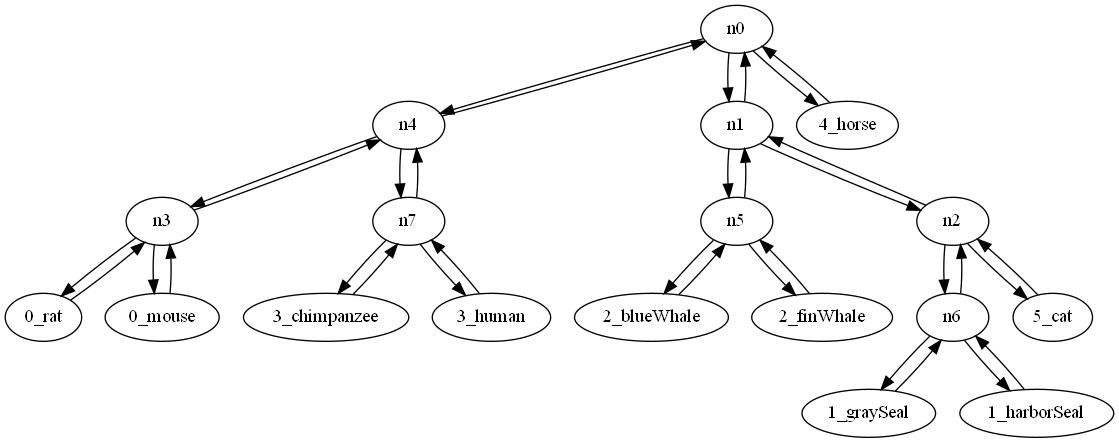
The Graphviz diagram doctest-output/round-table.gv.png in diogoazevedo15/zgli-showcase, before a commit. Its source is kept beside it as doctest-output/round-table.gv. Source of this version:
```dot
digraph "round-table" {
	n0 [label=n0]
	n0 -> n4
	n0 -> n1
	n0 -> "4_horse"
	n1 [label=n1]
	n1 -> n5
	n1 -> n2
	n1 -> n0
	n2 [label=n2]
	n2 -> n1
	n2 -> n6
	n2 -> "5_cat"
	n3 [label=n3]
	n3 -> n4
	n3 -> "0_rat"
	n3 -> "0_mouse"
	n4 [label=n4]
	n4 -> n7
	n4 -> n0
	n4 -> n3
	n5 [label=n5]
	n5 -> n1
	n5 -> "2_blueWhale"
	n5 -> "2_finWhale"
	n6 [label=n6]
	n6 -> n2
	n6 -> "1_graySeal"
	n6 -> "1_harborSeal"
	n7 [label=n7]
	n7 -> n4
	n7 -> "3_chimpanzee"
	n7 -> "3_human"
	"0_rat" [label="0_rat"]
	"0_rat" -> n3
	"2_blueWhale" [label="2_blueWhale"]
	"2_blueWhale" -> n5
	"1_graySeal" [label="1_graySeal"]
	"1_graySeal" -> n6
	"5_cat" [label="5_cat"]
	"5_cat" -> n2
	"2_finWhale" [label="2_finWhale"]
	"2_finWhale" -> n5
	"3_chimpanzee" [label="3_chimpanzee"]
	"3_chimpanzee" -> n7
	"1_harborSeal" [label="1_harborSeal"]
	"1_harborSeal" -> n6
	"0_mouse" [label="0_mouse"]
	"0_mouse" -> n3
	"4_horse" [label="4_horse"]
	"4_horse" -> n0
	"3_human" [label="3_human"]
	"3_human" -> n7
}
```
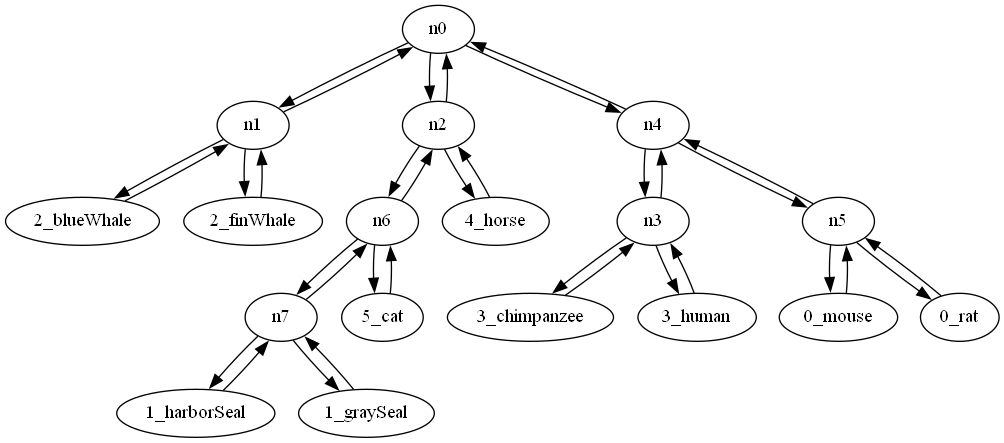
The same diagram one commit later.

The edit, as a diff of the source:
```diff
@@ -1,54 +1,54 @@
 digraph "round-table" {
 	n0 [label=n0]
+	n0 -> n1
+	n0 -> n2
 	n0 -> n4
-	n0 -> n1
-	n0 -> "4_horse"
 	n1 [label=n1]
-	n1 -> n5
-	n1 -> n2
 	n1 -> n0
+	n1 -> "2_blueWhale"
+	n1 -> "2_finWhale"
 	n2 [label=n2]
-	n2 -> n1
+	n2 -> n0
 	n2 -> n6
-	n2 -> "5_cat"
+	n2 -> "4_horse"
 	n3 [label=n3]
 	n3 -> n4
-	n3 -> "0_rat"
-	n3 -> "0_mouse"
+	n3 -> "3_chimpanzee"
+	n3 -> "3_human"
 	n4 [label=n4]
-	n4 -> n7
+	n4 -> n5
 	n4 -> n0
 	n4 -> n3
 	n5 [label=n5]
-	n5 -> n1
-	n5 -> "2_blueWhale"
-	n5 -> "2_finWhale"
+	n5 -> n4
+	n5 -> "0_mouse"
+	n5 -> "0_rat"
 	n6 [label=n6]
 	n6 -> n2
-	n6 -> "1_graySeal"
-	n6 -> "1_harborSeal"
+	n6 -> n7
+	n6 -> "5_cat"
 	n7 [label=n7]
-	n7 -> n4
-	n7 -> "3_chimpanzee"
-	n7 -> "3_human"
+	n7 -> n6
+	n7 -> "1_harborSeal"
+	n7 -> "1_graySeal"
+	"1_harborSeal" [label="1_harborSeal"]
+	"1_harborSeal" -> n7
+	"3_chimpanzee" [label="3_chimpanzee"]
+	"3_chimpanzee" -> n3
+	"0_mouse" [label="0_mouse"]
+	"0_mouse" -> n5
+	"2_blueWhale" [label="2_blueWhale"]
+	"2_blueWhale" -> n1
 	"0_rat" [label="0_rat"]
-	"0_rat" -> n3
-	"2_blueWhale" [label="2_blueWhale"]
-	"2_blueWhale" -> n5
+	"0_rat" -> n5
+	"2_finWhale" [label="2_finWhale"]
+	"2_finWhale" -> n1
+	"3_human" [label="3_human"]
+	"3_human" -> n3
 	"1_graySeal" [label="1_graySeal"]
-	"1_graySeal" -> n6
+	"1_graySeal" -> n7
 	"5_cat" [label="5_cat"]
-	"5_cat" -> n2
-	"2_finWhale" [label="2_finWhale"]
-	"2_finWhale" -> n5
-	"3_chimpanzee" [label="3_chimpanzee"]
-	"3_chimpanzee" -> n7
-	"1_harborSeal" [label="1_harborSeal"]
-	"1_harborSeal" -> n6
-	"0_mouse" [label="0_mouse"]
-	"0_mouse" -> n3
+	"5_cat" -> n6
 	"4_horse" [label="4_horse"]
-	"4_horse" -> n0
-	"3_human" [label="3_human"]
-	"3_human" -> n7
+	"4_horse" -> n2
 }
```
